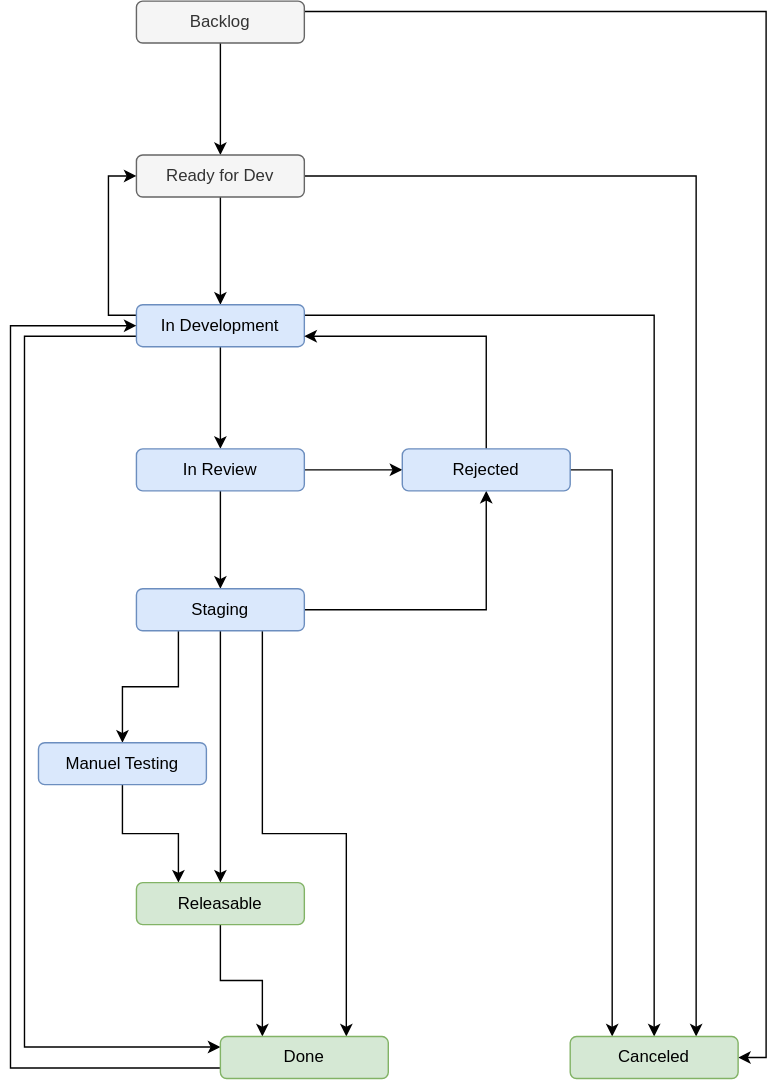
ksb-digital/.github keeps this draw.io diagram as workflows/workflow-bug.drawio.svg. Above is the earlier version. Source tidied: cells renumbered, new cells last; positions are measured from the earlier drawing's top-left corner, leaving out a move shared by most shapes. Source of this version:
```xml
<mxGraphModel>
  <root>
    <mxCell id="0" />
    <mxCell id="1" parent="0" />
    <mxCell id="2" style="edgeStyle=orthogonalEdgeStyle;rounded=0;jettySize=auto;html=1;exitX=1;exitY=0.25;exitDx=0;exitDy=0;entryX=1;entryY=0.5;entryDx=0;entryDy=0;" parent="1" edge="1" source="4" target="30">
      <mxGeometry relative="1" as="geometry" />
    </mxCell>
    <mxCell id="3" style="edgeStyle=orthogonalEdgeStyle;rounded=0;jettySize=auto;html=1;exitX=0.5;exitY=1;exitDx=0;exitDy=0;entryX=0.5;entryY=0;entryDx=0;entryDy=0;" parent="1" edge="1" source="4" target="7">
      <mxGeometry relative="1" as="geometry" />
    </mxCell>
    <mxCell id="4" value="Backlog" style="rounded=1;whiteSpace=wrap;html=1;fillColor=#f5f5f5;fontColor=#333333;strokeColor=#666666;" parent="1" vertex="1">
      <mxGeometry x="90" width="120" height="30" as="geometry" />
    </mxCell>
    <mxCell id="5" style="edgeStyle=orthogonalEdgeStyle;rounded=0;jettySize=auto;html=1;exitX=0.5;exitY=1;exitDx=0;exitDy=0;entryX=0.5;entryY=0;entryDx=0;entryDy=0;" parent="1" edge="1" source="7" target="12">
      <mxGeometry relative="1" as="geometry" />
    </mxCell>
    <mxCell id="6" style="edgeStyle=orthogonalEdgeStyle;rounded=0;jettySize=auto;html=1;exitX=1;exitY=0.5;exitDx=0;exitDy=0;entryX=0.75;entryY=0;entryDx=0;entryDy=0;" parent="1" edge="1" source="7" target="30">
      <mxGeometry relative="1" as="geometry" />
    </mxCell>
    <mxCell id="7" value="Ready for Dev" style="rounded=1;whiteSpace=wrap;html=1;fillColor=#f5f5f5;fontColor=#333333;strokeColor=#666666;" parent="1" vertex="1">
      <mxGeometry x="90" y="110" width="120" height="30" as="geometry" />
    </mxCell>
    <mxCell id="8" style="edgeStyle=orthogonalEdgeStyle;rounded=0;jettySize=auto;html=1;exitX=0.5;exitY=1;exitDx=0;exitDy=0;entryX=0.5;entryY=0;entryDx=0;entryDy=0;" parent="1" edge="1" source="12" target="15">
      <mxGeometry relative="1" as="geometry" />
    </mxCell>
    <mxCell id="9" style="edgeStyle=orthogonalEdgeStyle;rounded=0;jettySize=auto;html=1;exitX=1;exitY=0.25;exitDx=0;exitDy=0;entryX=0.5;entryY=0;entryDx=0;entryDy=0;" parent="1" edge="1" source="12" target="30">
      <mxGeometry relative="1" as="geometry" />
    </mxCell>
    <mxCell id="10" style="edgeStyle=orthogonalEdgeStyle;rounded=0;jettySize=auto;html=1;exitX=0;exitY=0.75;exitDx=0;exitDy=0;entryX=0;entryY=0.25;entryDx=0;entryDy=0;" parent="1" edge="1" source="12" target="29">
      <mxGeometry relative="1" as="geometry">
        <Array as="points">
          <mxPoint x="10" y="240" />
          <mxPoint x="10" y="748" />
        </Array>
      </mxGeometry>
    </mxCell>
    <mxCell id="11" style="edgeStyle=orthogonalEdgeStyle;rounded=0;jettySize=auto;html=1;exitX=0;exitY=0.25;exitDx=0;exitDy=0;entryX=0;entryY=0.5;entryDx=0;entryDy=0;" parent="1" edge="1" source="12" target="7">
      <mxGeometry relative="1" as="geometry" />
    </mxCell>
    <mxCell id="12" value="In Development" style="rounded=1;whiteSpace=wrap;html=1;fillColor=#dae8fc;strokeColor=#6c8ebf;" parent="1" vertex="1">
      <mxGeometry x="90" y="217" width="120" height="30" as="geometry" />
    </mxCell>
    <mxCell id="13" style="edgeStyle=orthogonalEdgeStyle;rounded=0;jettySize=auto;html=1;exitX=0.5;exitY=1;exitDx=0;exitDy=0;entryX=0.5;entryY=0;entryDx=0;entryDy=0;" parent="1" edge="1" source="15" target="20">
      <mxGeometry relative="1" as="geometry" />
    </mxCell>
    <mxCell id="14" style="edgeStyle=orthogonalEdgeStyle;rounded=0;jettySize=auto;html=1;exitX=1;exitY=0.5;exitDx=0;exitDy=0;entryX=0;entryY=0.5;entryDx=0;entryDy=0;" parent="1" edge="1" source="15" target="23">
      <mxGeometry relative="1" as="geometry" />
    </mxCell>
    <mxCell id="15" value="In Review" style="rounded=1;whiteSpace=wrap;html=1;fillColor=#dae8fc;strokeColor=#6c8ebf;" parent="1" vertex="1">
      <mxGeometry x="90" y="320" width="120" height="30" as="geometry" />
    </mxCell>
    <mxCell id="16" style="edgeStyle=orthogonalEdgeStyle;rounded=0;jettySize=auto;html=1;exitX=0.25;exitY=1;exitDx=0;exitDy=0;entryX=0.5;entryY=0;entryDx=0;entryDy=0;" parent="1" edge="1" source="20" target="25">
      <mxGeometry relative="1" as="geometry" />
    </mxCell>
    <mxCell id="17" style="edgeStyle=orthogonalEdgeStyle;rounded=0;jettySize=auto;html=1;exitX=0.5;exitY=1;exitDx=0;exitDy=0;entryX=0.5;entryY=0;entryDx=0;entryDy=0;" parent="1" edge="1" source="20" target="27">
      <mxGeometry relative="1" as="geometry" />
    </mxCell>
    <mxCell id="18" style="edgeStyle=orthogonalEdgeStyle;rounded=0;jettySize=auto;html=1;exitX=0.75;exitY=1;exitDx=0;exitDy=0;entryX=0.75;entryY=0;entryDx=0;entryDy=0;" parent="1" edge="1" source="20" target="29">
      <mxGeometry relative="1" as="geometry" />
    </mxCell>
    <mxCell id="19" style="edgeStyle=orthogonalEdgeStyle;rounded=0;jettySize=auto;html=1;exitX=1;exitY=0.5;exitDx=0;exitDy=0;entryX=0.5;entryY=1;entryDx=0;entryDy=0;" parent="1" edge="1" source="20" target="23">
      <mxGeometry relative="1" as="geometry" />
    </mxCell>
    <mxCell id="20" value="Staging" style="rounded=1;whiteSpace=wrap;html=1;fillColor=#dae8fc;strokeColor=#6c8ebf;" parent="1" vertex="1">
      <mxGeometry x="90" y="420" width="120" height="30" as="geometry" />
    </mxCell>
    <mxCell id="21" style="edgeStyle=orthogonalEdgeStyle;rounded=0;jettySize=auto;html=1;exitX=0.5;exitY=0;exitDx=0;exitDy=0;entryX=1;entryY=0.75;entryDx=0;entryDy=0;" parent="1" edge="1" source="23" target="12">
      <mxGeometry relative="1" as="geometry" />
    </mxCell>
    <mxCell id="22" style="edgeStyle=orthogonalEdgeStyle;rounded=0;jettySize=auto;html=1;exitX=1;exitY=0.5;exitDx=0;exitDy=0;entryX=0.25;entryY=0;entryDx=0;entryDy=0;" parent="1" edge="1" source="23" target="30">
      <mxGeometry relative="1" as="geometry" />
    </mxCell>
    <mxCell id="23" value="Rejected" style="rounded=1;whiteSpace=wrap;html=1;fillColor=#dae8fc;strokeColor=#6c8ebf;" parent="1" vertex="1">
      <mxGeometry x="280" y="320" width="120" height="30" as="geometry" />
    </mxCell>
    <mxCell id="24" style="edgeStyle=orthogonalEdgeStyle;rounded=0;jettySize=auto;html=1;exitX=0.5;exitY=1;exitDx=0;exitDy=0;entryX=0.25;entryY=0;entryDx=0;entryDy=0;" parent="1" edge="1" source="25" target="27">
      <mxGeometry relative="1" as="geometry" />
    </mxCell>
    <mxCell id="25" value="Manuel Testing" style="rounded=1;whiteSpace=wrap;html=1;fillColor=#dae8fc;strokeColor=#6c8ebf;" parent="1" vertex="1">
      <mxGeometry x="20" y="530" width="120" height="30" as="geometry" />
    </mxCell>
    <mxCell id="26" style="edgeStyle=orthogonalEdgeStyle;rounded=0;jettySize=auto;html=1;exitX=0.5;exitY=1;exitDx=0;exitDy=0;entryX=0.25;entryY=0;entryDx=0;entryDy=0;" parent="1" edge="1" source="27" target="29">
      <mxGeometry relative="1" as="geometry" />
    </mxCell>
    <mxCell id="27" value="Releasable" style="rounded=1;whiteSpace=wrap;html=1;fillColor=#d5e8d4;strokeColor=#82b366;" parent="1" vertex="1">
      <mxGeometry x="90" y="630" width="120" height="30" as="geometry" />
    </mxCell>
    <mxCell id="28" style="edgeStyle=orthogonalEdgeStyle;rounded=0;jettySize=auto;html=1;exitX=0;exitY=0.75;exitDx=0;exitDy=0;entryX=0;entryY=0.5;entryDx=0;entryDy=0;" parent="1" edge="1" source="29" target="12">
      <mxGeometry relative="1" as="geometry">
        <Array as="points">
          <mxPoint y="763" />
          <mxPoint y="232" />
        </Array>
      </mxGeometry>
    </mxCell>
    <mxCell id="29" value="Done" style="rounded=1;whiteSpace=wrap;html=1;fillColor=#d5e8d4;strokeColor=#82b366;" parent="1" vertex="1">
      <mxGeometry x="150" y="740" width="120" height="30" as="geometry" />
    </mxCell>
    <mxCell id="30" value="Canceled" style="rounded=1;whiteSpace=wrap;html=1;fillColor=#d5e8d4;strokeColor=#82b366;" parent="1" vertex="1">
      <mxGeometry x="400" y="740" width="120" height="30" as="geometry" />
    </mxCell>
  </root>
</mxGraphModel>
```
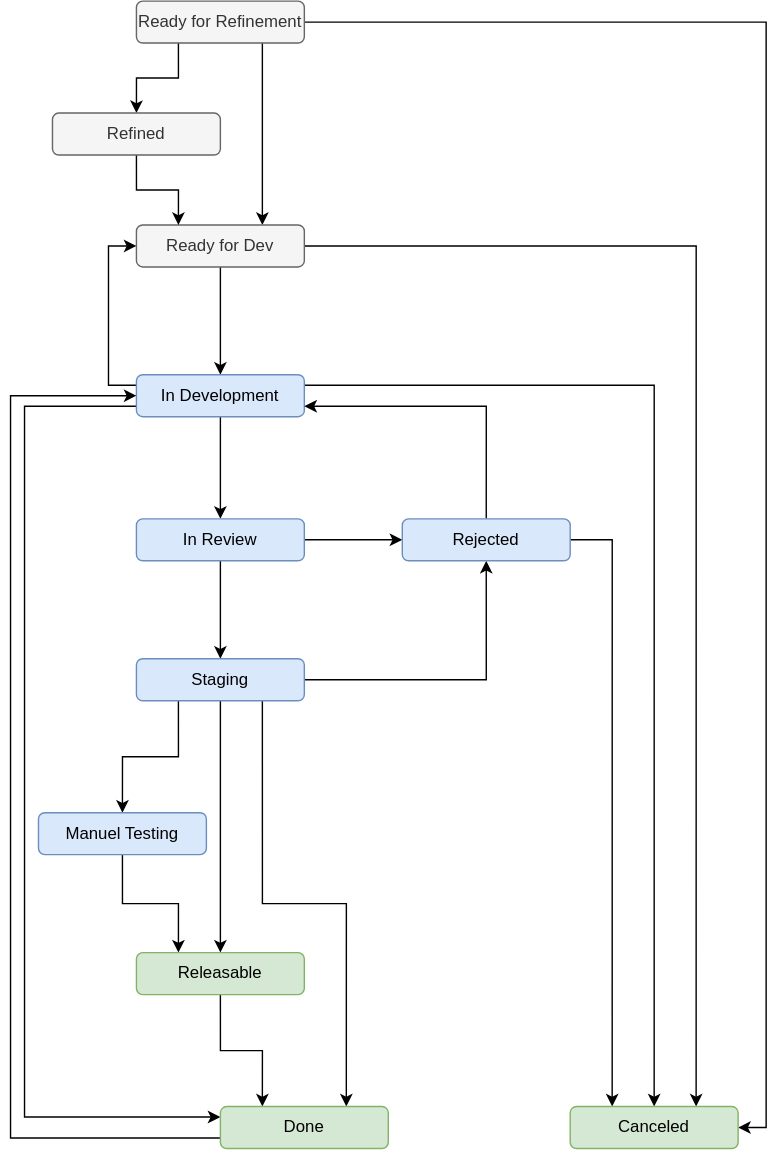
The same diagram one commit later.

Commit message:
docs: edit bug workflow

Change to the diagram source:
```diff
@@ -2,14 +2,17 @@
   <root>
     <mxCell id="0" />
     <mxCell id="1" parent="0" />
-    <mxCell id="2" style="edgeStyle=orthogonalEdgeStyle;rounded=0;jettySize=auto;html=1;exitX=1;exitY=0.25;exitDx=0;exitDy=0;entryX=1;entryY=0.5;entryDx=0;entryDy=0;" parent="1" edge="1" source="4" target="30">
+    <mxCell id="2" style="edgeStyle=orthogonalEdgeStyle;rounded=0;jettySize=auto;html=1;exitX=1;exitY=0.5;exitDx=0;exitDy=0;entryX=1;entryY=0.5;entryDx=0;entryDy=0;" parent="1" edge="1" source="4" target="30">
       <mxGeometry relative="1" as="geometry" />
     </mxCell>
-    <mxCell id="3" style="edgeStyle=orthogonalEdgeStyle;rounded=0;jettySize=auto;html=1;exitX=0.5;exitY=1;exitDx=0;exitDy=0;entryX=0.5;entryY=0;entryDx=0;entryDy=0;" parent="1" edge="1" source="4" target="7">
+    <mxCell id="3" style="edgeStyle=orthogonalEdgeStyle;rounded=0;jettySize=auto;html=1;exitX=0.25;exitY=1;exitDx=0;exitDy=0;entryX=0.5;entryY=0;entryDx=0;entryDy=0;" parent="1" edge="1" source="4" target="33">
       <mxGeometry relative="1" as="geometry" />
     </mxCell>
+    <mxCell id="31" style="edgeStyle=orthogonalEdgeStyle;rounded=0;jettySize=auto;html=1;exitX=0.75;exitY=1;exitDx=0;exitDy=0;entryX=0.75;entryY=0;entryDx=0;entryDy=0;" parent="1" edge="1" source="4" target="7">
+      <mxGeometry relative="1" as="geometry" />
+    </mxCell>
-    <mxCell id="4" value="Backlog" style="rounded=1;whiteSpace=wrap;html=1;fillColor=#f5f5f5;fontColor=#333333;strokeColor=#666666;" parent="1" vertex="1">
-      <mxGeometry x="90" width="120" height="30" as="geometry" />
+    <mxCell id="4" value="Ready for Refinement" style="rounded=1;whiteSpace=wrap;html=1;fillColor=#f5f5f5;fontColor=#333333;strokeColor=#666666;" parent="1" vertex="1">
+      <mxGeometry x="90" y="-50" width="120" height="30" as="geometry" />
     </mxCell>
     <mxCell id="5" style="edgeStyle=orthogonalEdgeStyle;rounded=0;jettySize=auto;html=1;exitX=0.5;exitY=1;exitDx=0;exitDy=0;entryX=0.5;entryY=0;entryDx=0;entryDy=0;" parent="1" edge="1" source="7" target="12">
       <mxGeometry relative="1" as="geometry" />
@@ -99,5 +102,11 @@
     <mxCell id="30" value="Canceled" style="rounded=1;whiteSpace=wrap;html=1;fillColor=#d5e8d4;strokeColor=#82b366;" parent="1" vertex="1">
       <mxGeometry x="400" y="740" width="120" height="30" as="geometry" />
     </mxCell>
+    <mxCell id="32" style="edgeStyle=orthogonalEdgeStyle;rounded=0;jettySize=auto;html=1;exitX=0.5;exitY=1;exitDx=0;exitDy=0;entryX=0.25;entryY=0;entryDx=0;entryDy=0;" parent="1" edge="1" source="33" target="7">
+      <mxGeometry relative="1" as="geometry" />
+    </mxCell>
+    <mxCell id="33" value="Refined" style="rounded=1;whiteSpace=wrap;html=1;fillColor=#f5f5f5;fontColor=#333333;strokeColor=#666666;" parent="1" vertex="1">
+      <mxGeometry x="30" y="30" width="120" height="30" as="geometry" />
+    </mxCell>
   </root>
 </mxGraphModel>
```
